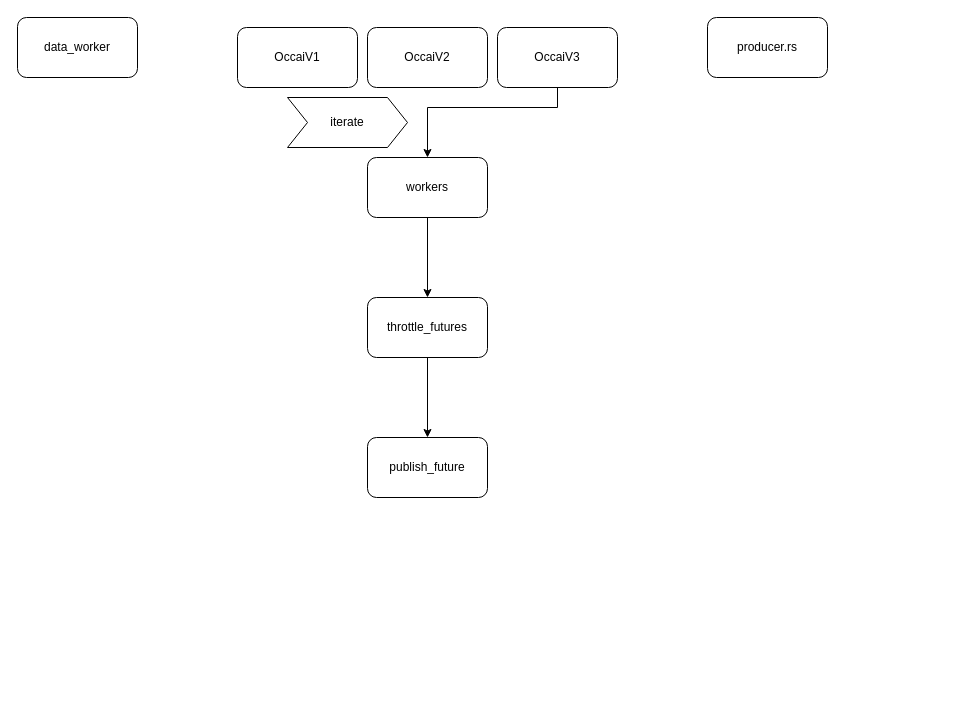
Earlier version of the draw.io diagram video_capture.drawio (YueChuCheng/Wayside_draw). Source tidied: cells renumbered, new cells numbered last; positions are measured from the earlier drawing's top-left corner, leaving out a move shared by most shapes. Both pictures are drawn from the tidied source at 100%, with x=0, y=0 at pixel (17, 17).
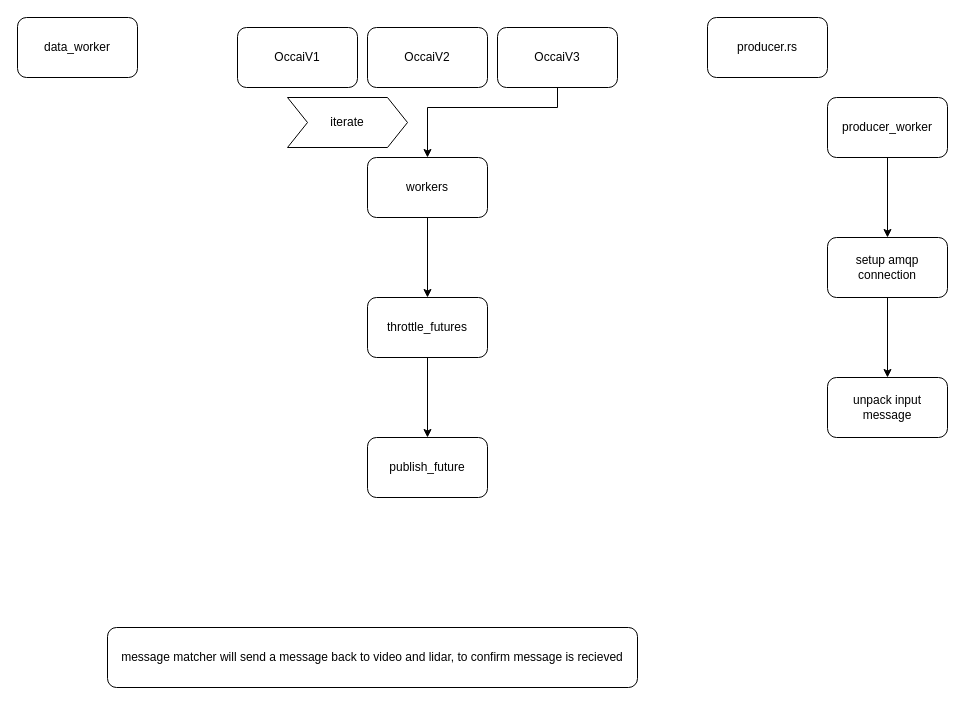
The same diagram, later.

Diff of the diagram source:
```diff
@@
+    <mxCell id="14" style="edgeStyle=orthogonalEdgeStyle;rounded=0;jettySize=auto;html=1;" parent="1" edge="1" source="15" target="17">
+      <mxGeometry relative="1" as="geometry" />
+    </mxCell>
+    <mxCell id="15" value="producer_worker" style="whiteSpace=wrap;html=1;rounded=1;" parent="1" vertex="1">
+      <mxGeometry x="810" y="80" width="120" height="60" as="geometry" />
+    </mxCell>
+    <mxCell id="16" style="edgeStyle=orthogonalEdgeStyle;rounded=0;jettySize=auto;html=1;" parent="1" edge="1" source="17" target="18">
+      <mxGeometry relative="1" as="geometry" />
+    </mxCell>
+    <mxCell id="17" value="setup amqp connection" style="whiteSpace=wrap;html=1;rounded=1;" parent="1" vertex="1">
+      <mxGeometry x="810" y="220" width="120" height="60" as="geometry" />
+    </mxCell>
+    <mxCell id="18" value="unpack input message" style="whiteSpace=wrap;html=1;rounded=1;" parent="1" vertex="1">
+      <mxGeometry x="810" y="360" width="120" height="60" as="geometry" />
+    </mxCell>
+    <mxCell id="19" value="message matcher will send a message back to video and lidar, to confirm message is recieved" style="rounded=1;whiteSpace=wrap;html=1;" parent="1" vertex="1">
+      <mxGeometry x="90" y="610" width="530" height="60" as="geometry" />
+    </mxCell>
```
